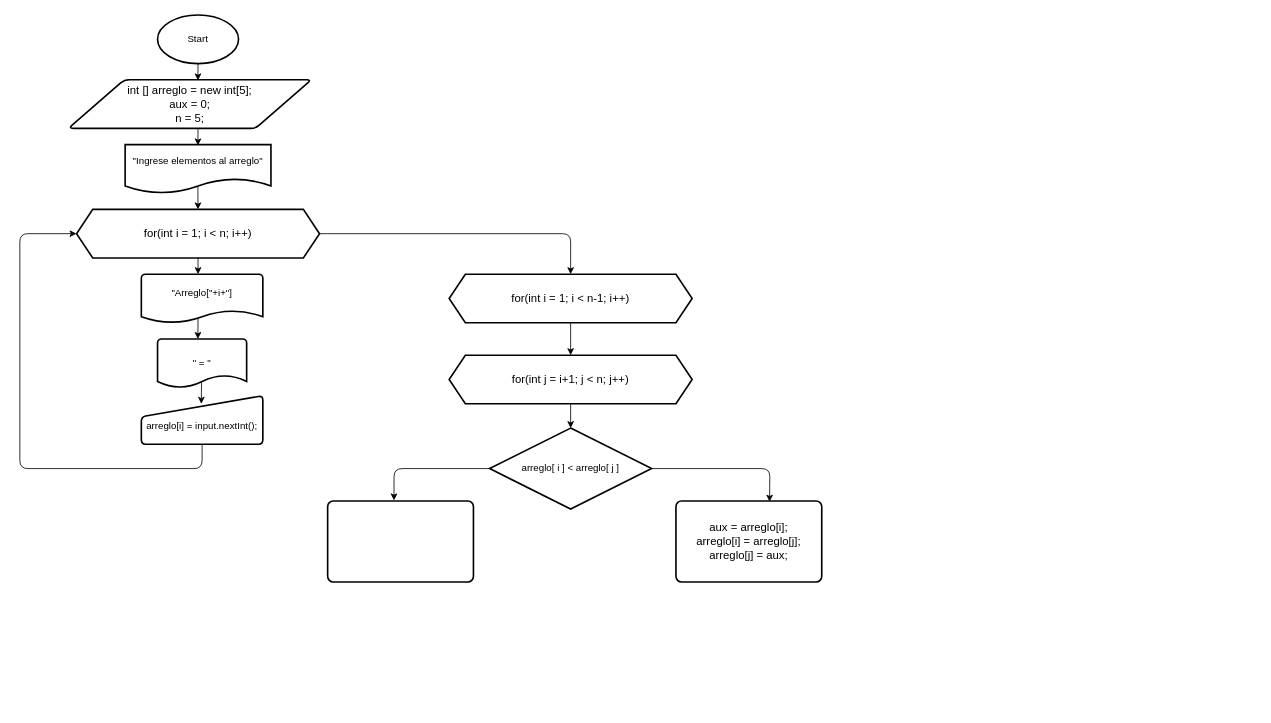
This is MetodoBurbuja.drawio from AnthonyLozadaAlexander/DiagramaDeFlujos, a draw.io file, before an edit. Source tidied: cells renumbered, new cells numbered last; positions are measured from the earlier drawing's top-left corner, leaving out a move shared by most shapes. Both pictures are drawn from the tidied source at 81%, with x=0, y=0 at pixel (19, 15).
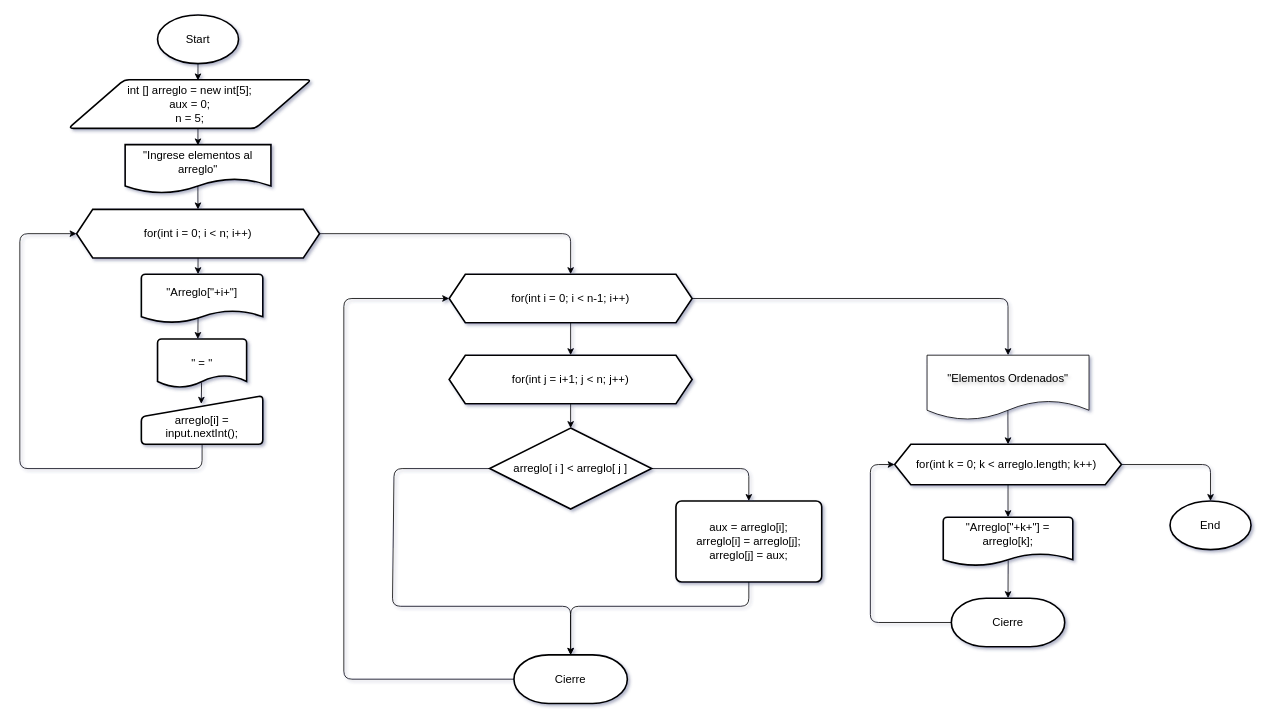
Above is the later version.

Commit message:
Actualizar diagrama de flujo del método burbuja para mejorar la visualización, corregir la lógica de los bucles y ajustar el formato de los elementos.

The change refers to these unchanged cells:
```xml
<mxCell id="3" value="int [] arreglo = new int[5];&lt;div&gt;aux = 0;&lt;/div&gt;&lt;div&gt;n = 5;&lt;/div&gt;" style="shape=parallelogram;html=1;strokeWidth=2;perimeter=parallelogramPerimeter;whiteSpace=wrap;rounded=1;arcSize=12;size=0.23;fontSize=14;fontColor=#000000;" parent="1" vertex="1">
  <mxGeometry x="60" y="80" width="300" height="60" as="geometry" />
</mxCell>
<mxCell id="20" value="for(int j = i+1; j &amp;lt; n; j++)" style="shape=hexagon;perimeter=hexagonPerimeter2;whiteSpace=wrap;html=1;fixedSize=1;strokeWidth=2;fontSize=14;" parent="1" vertex="1">
  <mxGeometry x="530" y="420" width="300" height="60" as="geometry" />
</mxCell>
<mxCell id="24" value="aux = arreglo[i];&lt;div&gt;arreglo[i] = arreglo[j];&lt;/div&gt;&lt;div&gt;arreglo[j] = aux;&lt;/div&gt;" style="rounded=1;whiteSpace=wrap;html=1;absoluteArcSize=1;arcSize=14;strokeWidth=2;fontSize=14;" parent="1" vertex="1">
  <mxGeometry x="810" y="600" width="180" height="100" as="geometry" />
</mxCell>
```

The edit, as a diff of the source:
```diff
@@
-<mxGraphModel>
+<mxGraphModel shadow="1">
@@
-    <mxCell id="2" value="Start" style="strokeWidth=2;html=1;shape=mxgraph.flowchart.start_1;whiteSpace=wrap;" parent="1" vertex="1">
+    <mxCell id="2" value="Start" style="strokeWidth=2;html=1;shape=mxgraph.flowchart.start_1;whiteSpace=wrap;fontSize=14;" parent="1" vertex="1">
       <mxGeometry x="170" width="100" height="60" as="geometry" />
     </mxCell>
@@
-    <mxCell id="4" style="edgeStyle=none;html=1;entryX=0.533;entryY=0.013;entryDx=0;entryDy=0;entryPerimeter=0;" parent="1" edge="1" source="2" target="3">
+    <mxCell id="4" style="edgeStyle=none;html=1;entryX=0.533;entryY=0.013;entryDx=0;entryDy=0;entryPerimeter=0;fontSize=14;" parent="1" edge="1" source="2" target="3">
       <mxGeometry relative="1" as="geometry" />
     </mxCell>
-    <mxCell id="5" style="edgeStyle=none;html=1;entryX=0.533;entryY=0.013;entryDx=0;entryDy=0;entryPerimeter=0;" parent="1" edge="1">
+    <mxCell id="5" style="edgeStyle=none;html=1;entryX=0.533;entryY=0.013;entryDx=0;entryDy=0;entryPerimeter=0;fontSize=14;" parent="1" edge="1">
       <mxGeometry relative="1" as="geometry">
         <mxPoint x="219.9" y="140" as="sourcePoint" />
         <mxPoint x="219.9" y="161" as="targetPoint" />
       </mxGeometry>
     </mxCell>
-    <mxCell id="6" style="edgeStyle=none;html=1;exitX=1;exitY=0.5;exitDx=0;exitDy=0;entryX=0.5;entryY=0;entryDx=0;entryDy=0;" parent="1" edge="1" source="7" target="18">
+    <mxCell id="6" style="edgeStyle=none;html=1;exitX=1;exitY=0.5;exitDx=0;exitDy=0;entryX=0.5;entryY=0;entryDx=0;entryDy=0;fontSize=14;" parent="1" edge="1" source="7" target="18">
       <mxGeometry relative="1" as="geometry">
         <Array as="points">
           <mxPoint x="680" y="270" />
         </Array>
       </mxGeometry>
     </mxCell>
-    <mxCell id="7" value="for(int i = 1; i &amp;lt; n; i++)" style="shape=hexagon;perimeter=hexagonPerimeter2;whiteSpace=wrap;html=1;fixedSize=1;strokeWidth=2;fontSize=14;" parent="1" vertex="1">
+    <mxCell id="7" value="for(int i = 0; i &amp;lt; n; i++)" style="shape=hexagon;perimeter=hexagonPerimeter2;whiteSpace=wrap;html=1;fixedSize=1;strokeWidth=2;fontSize=14;" parent="1" vertex="1">
       <mxGeometry x="70" y="240" width="300" height="60" as="geometry" />
     </mxCell>
-    <mxCell id="8" value="&quot;Arreglo[&quot;+i+&quot;]&lt;div&gt;&lt;br&gt;&lt;/div&gt;" style="strokeWidth=2;html=1;shape=mxgraph.flowchart.document2;whiteSpace=wrap;size=0.25;" parent="1" vertex="1">
+    <mxCell id="8" value="&quot;Arreglo[&quot;+i+&quot;]&lt;div&gt;&lt;br&gt;&lt;/div&gt;" style="strokeWidth=2;html=1;shape=mxgraph.flowchart.document2;whiteSpace=wrap;size=0.25;fontSize=14;" parent="1" vertex="1">
       <mxGeometry x="150" y="320" width="150" height="60" as="geometry" />
     </mxCell>
-    <mxCell id="9" style="edgeStyle=none;html=1;" parent="1" edge="1" source="7">
+    <mxCell id="9" style="edgeStyle=none;html=1;fontSize=14;" parent="1" edge="1" source="7">
       <mxGeometry relative="1" as="geometry">
         <mxPoint x="220" y="320" as="targetPoint" />
       </mxGeometry>
     </mxCell>
-    <mxCell id="10" style="edgeStyle=none;html=1;exitX=0.494;exitY=0.897;exitDx=0;exitDy=0;exitPerimeter=0;" parent="1" edge="1" source="11">
+    <mxCell id="10" style="edgeStyle=none;html=1;exitX=0.494;exitY=0.897;exitDx=0;exitDy=0;exitPerimeter=0;fontSize=14;" parent="1" edge="1" source="11">
       <mxGeometry relative="1" as="geometry">
         <mxPoint x="224" y="480" as="targetPoint" />
       </mxGeometry>
     </mxCell>
-    <mxCell id="11" value="&lt;div&gt;&quot; = &quot;&lt;/div&gt;" style="strokeWidth=2;html=1;shape=mxgraph.flowchart.document2;whiteSpace=wrap;size=0.25;" parent="1" vertex="1">
+    <mxCell id="11" value="&lt;div&gt;&quot; = &quot;&lt;/div&gt;" style="strokeWidth=2;html=1;shape=mxgraph.flowchart.document2;whiteSpace=wrap;size=0.25;fontSize=14;" parent="1" vertex="1">
       <mxGeometry x="170" y="400" width="110" height="60" as="geometry" />
     </mxCell>
-    <mxCell id="12" style="edgeStyle=none;html=1;" parent="1" edge="1">
+    <mxCell id="12" style="edgeStyle=none;html=1;fontSize=14;" parent="1" edge="1">
       <mxGeometry relative="1" as="geometry">
         <mxPoint x="220" y="374" as="sourcePoint" />
         <mxPoint x="219.8" y="400" as="targetPoint" />
       </mxGeometry>
     </mxCell>
@@
-    <mxCell id="14" value="&lt;div&gt;&lt;br&gt;&lt;/div&gt;&lt;div&gt;arreglo[i] = input.nextInt();&lt;/div&gt;" style="html=1;strokeWidth=2;shape=manualInput;whiteSpace=wrap;rounded=1;size=26;arcSize=11;fontStyle=0;fontColor=#000000;" parent="1" vertex="1">
+    <mxCell id="14" value="&lt;div&gt;&lt;br&gt;&lt;/div&gt;&lt;div&gt;arreglo[i] = input.nextInt();&lt;/div&gt;" style="html=1;strokeWidth=2;shape=manualInput;whiteSpace=wrap;rounded=1;size=26;arcSize=11;fontStyle=0;fontColor=#000000;fontSize=14;" parent="1" vertex="1">
       <mxGeometry x="150" y="470" width="150" height="60" as="geometry" />
     </mxCell>
-    <mxCell id="15" value="&quot;Ingrese elementos al arreglo&quot;" style="shape=document;whiteSpace=wrap;html=1;boundedLbl=1;strokeWidth=2;" parent="1" vertex="1">
+    <mxCell id="15" value="&quot;Ingrese elementos al arreglo&quot;" style="shape=document;whiteSpace=wrap;html=1;boundedLbl=1;strokeWidth=2;fontSize=14;" parent="1" vertex="1">
       <mxGeometry x="130" y="160" width="180" height="60" as="geometry" />
     </mxCell>
-    <mxCell id="16" style="edgeStyle=none;html=1;entryX=0.533;entryY=0.013;entryDx=0;entryDy=0;entryPerimeter=0;exitX=0.499;exitY=0.859;exitDx=0;exitDy=0;exitPerimeter=0;" parent="1" edge="1" source="15">
+    <mxCell id="16" style="edgeStyle=none;html=1;entryX=0.533;entryY=0.013;entryDx=0;entryDy=0;entryPerimeter=0;exitX=0.499;exitY=0.859;exitDx=0;exitDy=0;exitPerimeter=0;fontSize=14;" parent="1" edge="1" source="15">
       <mxGeometry relative="1" as="geometry">
         <mxPoint x="219.9" y="240" as="targetPoint" />
       </mxGeometry>
     </mxCell>
-    <mxCell id="17" style="edgeStyle=none;html=1;entryX=0.5;entryY=0;entryDx=0;entryDy=0;" parent="1" edge="1" source="18" target="20">
+    <mxCell id="17" style="edgeStyle=none;html=1;entryX=0.5;entryY=0;entryDx=0;entryDy=0;fontSize=14;" parent="1" edge="1" source="18" target="20">
       <mxGeometry relative="1" as="geometry" />
     </mxCell>
+    <mxCell id="26" style="edgeStyle=none;html=1;exitX=1;exitY=0.5;exitDx=0;exitDy=0;fontSize=14;" parent="1" edge="1" source="18" target="31">
+      <mxGeometry relative="1" as="geometry">
+        <Array as="points">
+          <mxPoint x="1220" y="350" />
+        </Array>
+      </mxGeometry>
+    </mxCell>
-    <mxCell id="18" value="for(int i = 1; i &amp;lt; n-1; i++)" style="shape=hexagon;perimeter=hexagonPerimeter2;whiteSpace=wrap;html=1;fixedSize=1;strokeWidth=2;fontSize=14;" parent="1" vertex="1">
+    <mxCell id="18" value="for(int i = 0; i &amp;lt; n-1; i++)" style="shape=hexagon;perimeter=hexagonPerimeter2;whiteSpace=wrap;html=1;fixedSize=1;strokeWidth=2;fontSize=14;" parent="1" vertex="1">
       <mxGeometry x="530" y="320" width="300" height="60" as="geometry" />
     </mxCell>
-    <mxCell id="19" style="edgeStyle=none;html=1;" parent="1" edge="1" source="20" target="23">
+    <mxCell id="19" style="edgeStyle=none;html=1;fontSize=14;" parent="1" edge="1" source="20" target="23">
       <mxGeometry relative="1" as="geometry" />
     </mxCell>
@@
-    <mxCell id="21" style="edgeStyle=none;html=1;entryX=0.642;entryY=0.009;entryDx=0;entryDy=0;entryPerimeter=0;exitX=1;exitY=0.5;exitDx=0;exitDy=0;exitPerimeter=0;" parent="1" edge="1" source="23" target="24">
+    <mxCell id="21" style="edgeStyle=none;html=1;entryX=0.5;entryY=0;entryDx=0;entryDy=0;exitX=1;exitY=0.5;exitDx=0;exitDy=0;exitPerimeter=0;fontSize=14;" parent="1" edge="1" source="23" target="24">
       <mxGeometry relative="1" as="geometry">
         <Array as="points">
-          <mxPoint x="926" y="560" />
+          <mxPoint x="900" y="560" />
         </Array>
       </mxGeometry>
     </mxCell>
-    <mxCell id="22" style="edgeStyle=none;html=1;entryX=0.455;entryY=-0.007;entryDx=0;entryDy=0;entryPerimeter=0;" parent="1" edge="1" source="23" target="25">
+    <mxCell id="22" style="edgeStyle=none;html=1;entryX=0.5;entryY=0;entryDx=0;entryDy=0;entryPerimeter=0;fontSize=14;" parent="1" edge="1" source="23" target="29">
       <mxGeometry relative="1" as="geometry">
         <Array as="points">
           <mxPoint x="462" y="560" />
+          <mxPoint x="460" y="730" />
+          <mxPoint x="680" y="730" />
         </Array>
       </mxGeometry>
     </mxCell>
-    <mxCell id="23" value="arreglo[ i ] &amp;lt; arreglo[ j ]" style="strokeWidth=2;html=1;shape=mxgraph.flowchart.decision;whiteSpace=wrap;" parent="1" vertex="1">
+    <mxCell id="23" value="arreglo[ i ] &amp;lt; arreglo[ j ]" style="strokeWidth=2;html=1;shape=mxgraph.flowchart.decision;whiteSpace=wrap;fontSize=14;" parent="1" vertex="1">
       <mxGeometry x="580" y="510" width="200" height="100" as="geometry" />
     </mxCell>
+    <mxCell id="27" style="edgeStyle=none;html=1;entryX=0.5;entryY=0;entryDx=0;entryDy=0;entryPerimeter=0;exitX=0.5;exitY=1;exitDx=0;exitDy=0;fontSize=14;" parent="1" edge="1" source="24" target="29">
+      <mxGeometry relative="1" as="geometry">
+        <Array as="points">
+          <mxPoint x="900" y="730" />
+          <mxPoint x="680" y="730" />
+        </Array>
+      </mxGeometry>
+    </mxCell>
@@
-    <mxCell id="25" style="rounded=1;whiteSpace=wrap;html=1;absoluteArcSize=1;arcSize=14;strokeWidth=2;" parent="1" vertex="1">
-      <mxGeometry x="380" y="600" width="180" height="100" as="geometry" />
-    </mxCell>
+    <mxCell id="28" style="edgeStyle=none;html=1;entryX=0;entryY=0.5;entryDx=0;entryDy=0;exitX=0;exitY=0.5;exitDx=0;exitDy=0;exitPerimeter=0;fontSize=14;" parent="1" edge="1" source="29" target="18">
+      <mxGeometry relative="1" as="geometry">
+        <Array as="points">
+          <mxPoint x="400" y="820" />
+          <mxPoint x="400" y="350" />
+        </Array>
+      </mxGeometry>
+    </mxCell>
+    <mxCell id="29" value="Cierre" style="strokeWidth=2;html=1;shape=mxgraph.flowchart.terminator;whiteSpace=wrap;fontSize=14;" parent="1" vertex="1">
+      <mxGeometry x="610" y="790" width="140" height="60" as="geometry" />
+    </mxCell>
+    <mxCell id="30" style="edgeStyle=none;html=1;entryX=0.5;entryY=0;entryDx=0;entryDy=0;exitX=0.499;exitY=0.848;exitDx=0;exitDy=0;exitPerimeter=0;fontSize=14;" parent="1" edge="1" source="31" target="33">
+      <mxGeometry relative="1" as="geometry" />
+    </mxCell>
+    <mxCell id="31" value="&quot;Elementos Ordenados&quot;" style="shape=document;whiteSpace=wrap;html=1;boundedLbl=1;fontSize=14;textShadow=1;" parent="1" vertex="1">
+      <mxGeometry x="1120" y="420" width="200" height="80" as="geometry" />
+    </mxCell>
+    <mxCell id="32" style="edgeStyle=none;html=1;fontSize=14;" parent="1" edge="1" source="33">
+      <mxGeometry relative="1" as="geometry">
+        <mxPoint x="1220" y="620" as="targetPoint" />
+      </mxGeometry>
+    </mxCell>
+    <mxCell id="33" value="for(int k = 0; k &amp;lt; arreglo.length; k++)&amp;nbsp;" style="shape=hexagon;perimeter=hexagonPerimeter2;whiteSpace=wrap;html=1;fixedSize=1;strokeWidth=2;fontSize=14;" parent="1" vertex="1">
+      <mxGeometry x="1080" y="530" width="280" height="50" as="geometry" />
+    </mxCell>
+    <mxCell id="34" value="&quot;Arreglo[&quot;+k+&quot;] = arreglo[k];&lt;div&gt;&lt;br&gt;&lt;/div&gt;" style="strokeWidth=2;html=1;shape=mxgraph.flowchart.document2;whiteSpace=wrap;size=0.25;fontSize=14;" parent="1" vertex="1">
+      <mxGeometry x="1140" y="620" width="160" height="60" as="geometry" />
+    </mxCell>
+    <mxCell id="35" style="edgeStyle=none;html=1;entryX=0;entryY=0.5;entryDx=0;entryDy=0;exitX=0;exitY=0.5;exitDx=0;exitDy=0;exitPerimeter=0;fontSize=14;" parent="1" edge="1" source="36" target="33">
+      <mxGeometry relative="1" as="geometry">
+        <Array as="points">
+          <mxPoint x="1050" y="750" />
+          <mxPoint x="1050" y="555" />
+        </Array>
+      </mxGeometry>
+    </mxCell>
+    <mxCell id="36" value="Cierre" style="strokeWidth=2;html=1;shape=mxgraph.flowchart.terminator;whiteSpace=wrap;fontSize=14;" parent="1" vertex="1">
+      <mxGeometry x="1150" y="720" width="140" height="60" as="geometry" />
+    </mxCell>
+    <mxCell id="37" style="edgeStyle=none;html=1;entryX=0.5;entryY=0;entryDx=0;entryDy=0;entryPerimeter=0;exitX=0.501;exitY=0.891;exitDx=0;exitDy=0;exitPerimeter=0;fontSize=14;" parent="1" edge="1" source="34" target="36">
+      <mxGeometry relative="1" as="geometry" />
+    </mxCell>
+    <mxCell id="38" value="End" style="strokeWidth=2;html=1;shape=mxgraph.flowchart.start_1;whiteSpace=wrap;fontSize=14;" parent="1" vertex="1">
+      <mxGeometry x="1420" y="600" width="100" height="60" as="geometry" />
+    </mxCell>
+    <mxCell id="39" style="edgeStyle=none;html=1;entryX=0.5;entryY=0;entryDx=0;entryDy=0;entryPerimeter=0;exitX=1;exitY=0.5;exitDx=0;exitDy=0;fontSize=14;" parent="1" edge="1" source="33" target="38">
+      <mxGeometry relative="1" as="geometry">
+        <Array as="points">
+          <mxPoint x="1470" y="555" />
+        </Array>
+      </mxGeometry>
+    </mxCell>
```
